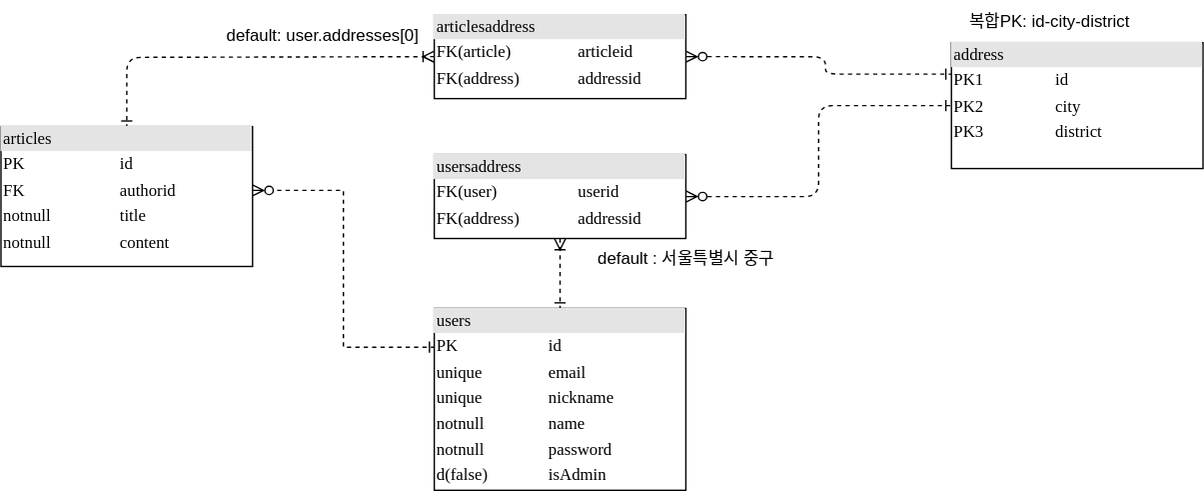
1Dohyeon/RentEase keeps this draw.io diagram as docs/uml/ERD.drawio.svg. Above is the earlier version. Source tidied: cells renumbered, new cells last; positions are measured from the earlier drawing's top-left corner, leaving out a move shared by most shapes. Its diagram source:
```xml
<mxGraphModel>
  <root>
    <mxCell id="0" />
    <mxCell id="1" parent="0" />
    <mxCell id="2" style="edgeStyle=orthogonalEdgeStyle;html=1;entryX=0.5;entryY=0;dashed=1;labelBackgroundColor=none;startArrow=ERoneToMany;endArrow=ERone;fontFamily=Verdana;fontSize=12;align=left;startFill=0;endFill=0;" parent="1" edge="1" source="4" target="6">
      <mxGeometry relative="1" as="geometry" />
    </mxCell>
    <mxCell id="3" style="edgeStyle=orthogonalEdgeStyle;html=1;dashed=1;labelBackgroundColor=none;startArrow=ERzeroToMany;endArrow=ERone;fontFamily=Verdana;fontSize=12;align=left;startFill=0;endFill=0;" parent="1" edge="1" source="4" target="7">
      <mxGeometry relative="1" as="geometry" />
    </mxCell>
    <mxCell id="4" value="&lt;div style=&quot;box-sizing: border-box ; width: 100% ; background: #e4e4e4 ; padding: 2px&quot;&gt;usersaddress&lt;/div&gt;&lt;table style=&quot;width: 100% ; font-size: 1em&quot; cellpadding=&quot;2&quot; cellspacing=&quot;0&quot;&gt;&lt;tbody&gt;&lt;tr&gt;&lt;td&gt;FK(user)&lt;/td&gt;&lt;td&gt;userid&lt;/td&gt;&lt;/tr&gt;&lt;tr&gt;&lt;td&gt;FK(address)&lt;/td&gt;&lt;td&gt;addressid&lt;/td&gt;&lt;/tr&gt;&lt;tr&gt;&lt;td&gt;&lt;/td&gt;&lt;td&gt;&lt;br&gt;&lt;/td&gt;&lt;/tr&gt;&lt;/tbody&gt;&lt;/table&gt;" style="verticalAlign=top;align=left;overflow=fill;html=1;rounded=0;shadow=0;comic=0;labelBackgroundColor=none;strokeWidth=1;fontFamily=Verdana;fontSize=12;" parent="1" vertex="1">
      <mxGeometry x="310" y="110" width="180" height="60" as="geometry" />
    </mxCell>
    <mxCell id="5" style="edgeStyle=orthogonalEdgeStyle;rounded=0;jettySize=auto;html=1;exitX=0.003;exitY=0.213;exitDx=0;exitDy=0;entryX=0.999;entryY=0.456;entryDx=0;entryDy=0;startArrow=ERone;startFill=0;endArrow=ERzeroToMany;endFill=0;entryPerimeter=0;exitPerimeter=0;dashed=1;" parent="1" edge="1" source="6" target="13">
      <mxGeometry relative="1" as="geometry" />
    </mxCell>
    <mxCell id="6" value="&lt;div style=&quot;box-sizing: border-box ; width: 100% ; background: #e4e4e4 ; padding: 2px&quot;&gt;users&lt;/div&gt;&lt;table style=&quot;width: 100% ; font-size: 1em&quot; cellpadding=&quot;2&quot; cellspacing=&quot;0&quot;&gt;&lt;tbody&gt;&lt;tr&gt;&lt;td&gt;PK&lt;/td&gt;&lt;td&gt;id&lt;/td&gt;&lt;/tr&gt;&lt;tr&gt;&lt;td&gt;unique&lt;/td&gt;&lt;td&gt;email&lt;/td&gt;&lt;/tr&gt;&lt;tr&gt;&lt;td&gt;unique&lt;/td&gt;&lt;td&gt;nickname&lt;/td&gt;&lt;/tr&gt;&lt;tr&gt;&lt;td&gt;notnull&lt;br&gt;&lt;/td&gt;&lt;td&gt;name&lt;br&gt;&lt;/td&gt;&lt;/tr&gt;&lt;tr&gt;&lt;td&gt;notnull&lt;br&gt;&lt;/td&gt;&lt;td&gt;password&lt;br&gt;&lt;/td&gt;&lt;/tr&gt;&lt;tr&gt;&lt;td&gt;d(false)&lt;/td&gt;&lt;td&gt;isAdmin&lt;br&gt;&lt;/td&gt;&lt;/tr&gt;&lt;tr&gt;&lt;td&gt;&lt;/td&gt;&lt;td&gt;&lt;br&gt;&lt;/td&gt;&lt;/tr&gt;&lt;/tbody&gt;&lt;/table&gt;" style="verticalAlign=top;align=left;overflow=fill;html=1;rounded=0;shadow=0;comic=0;labelBackgroundColor=none;strokeWidth=1;fontFamily=Verdana;fontSize=12;" parent="1" vertex="1">
      <mxGeometry x="310" y="220" width="180" height="130" as="geometry" />
    </mxCell>
    <mxCell id="7" value="&lt;div style=&quot;box-sizing:border-box;width:100%;background:#e4e4e4;padding:2px;&quot;&gt;address&lt;/div&gt;&lt;table style=&quot;width:100%;font-size:1em;&quot; cellpadding=&quot;2&quot; cellspacing=&quot;0&quot;&gt;&lt;tbody&gt;&lt;tr&gt;&lt;td&gt;PK1&lt;/td&gt;&lt;td&gt;id&lt;/td&gt;&lt;/tr&gt;&lt;tr&gt;&lt;td&gt;PK2&lt;br&gt;&lt;/td&gt;&lt;td&gt;city&lt;/td&gt;&lt;/tr&gt;&lt;tr&gt;&lt;td&gt;PK3&lt;/td&gt;&lt;td&gt;district&lt;/td&gt;&lt;/tr&gt;&lt;/tbody&gt;&lt;/table&gt;" style="verticalAlign=top;align=left;overflow=fill;html=1;rounded=0;shadow=0;comic=0;labelBackgroundColor=none;strokeWidth=1;fontFamily=Verdana;fontSize=12;" parent="1" vertex="1">
      <mxGeometry x="680" y="30" width="180" height="90" as="geometry" />
    </mxCell>
    <mxCell id="8" style="edgeStyle=orthogonalEdgeStyle;html=1;endArrow=ERone;startArrow=ERoneToMany;labelBackgroundColor=none;fontFamily=Verdana;fontSize=12;align=left;exitX=0;exitY=0.5;exitDx=0;exitDy=0;entryX=0.5;entryY=0;entryDx=0;entryDy=0;dashed=1;startFill=0;endFill=0;" parent="1" edge="1" target="13">
      <mxGeometry relative="1" as="geometry">
        <mxPoint x="310" y="40" as="sourcePoint" />
      </mxGeometry>
    </mxCell>
    <mxCell id="9" value="복합PK: id-city-district" style="text;html=1;align=center;verticalAlign=middle;strokeColor=none;fillColor=none;" parent="1" vertex="1">
      <mxGeometry x="680" width="140" height="30" as="geometry" />
    </mxCell>
    <mxCell id="10" value="&lt;div style=&quot;box-sizing: border-box ; width: 100% ; background: #e4e4e4 ; padding: 2px&quot;&gt;articlesaddress&lt;/div&gt;&lt;table style=&quot;width: 100% ; font-size: 1em&quot; cellpadding=&quot;2&quot; cellspacing=&quot;0&quot;&gt;&lt;tbody&gt;&lt;tr&gt;&lt;td&gt;FK(article)&lt;/td&gt;&lt;td&gt;articleid&lt;/td&gt;&lt;/tr&gt;&lt;tr&gt;&lt;td&gt;FK(address)&lt;/td&gt;&lt;td&gt;addressid&lt;/td&gt;&lt;/tr&gt;&lt;tr&gt;&lt;td&gt;&lt;/td&gt;&lt;td&gt;&lt;br&gt;&lt;/td&gt;&lt;/tr&gt;&lt;/tbody&gt;&lt;/table&gt;" style="verticalAlign=top;align=left;overflow=fill;html=1;rounded=0;shadow=0;comic=0;labelBackgroundColor=none;strokeWidth=1;fontFamily=Verdana;fontSize=12;" parent="1" vertex="1">
      <mxGeometry x="310" y="10" width="180" height="60" as="geometry" />
    </mxCell>
    <mxCell id="11" style="edgeStyle=orthogonalEdgeStyle;html=1;dashed=1;labelBackgroundColor=none;startArrow=ERzeroToMany;endArrow=ERone;fontFamily=Verdana;fontSize=12;align=left;startFill=0;entryX=0;entryY=0.25;entryDx=0;entryDy=0;exitX=1;exitY=0.5;exitDx=0;exitDy=0;endFill=0;" parent="1" edge="1" source="10" target="7">
      <mxGeometry relative="1" as="geometry">
        <Array as="points">
          <mxPoint x="590" y="40" />
          <mxPoint x="590" y="52" />
        </Array>
      </mxGeometry>
    </mxCell>
    <mxCell id="12" value="default : 서울특별시 중구" style="text;html=1;align=center;verticalAlign=middle;strokeColor=none;fillColor=none;" parent="1" vertex="1">
      <mxGeometry x="410" y="170" width="160" height="30" as="geometry" />
    </mxCell>
    <mxCell id="13" value="&lt;div style=&quot;box-sizing: border-box ; width: 100% ; background: #e4e4e4 ; padding: 2px&quot;&gt;articles&lt;/div&gt;&lt;table style=&quot;width: 100% ; font-size: 1em&quot; cellpadding=&quot;2&quot; cellspacing=&quot;0&quot;&gt;&lt;tbody&gt;&lt;tr&gt;&lt;td&gt;PK&lt;/td&gt;&lt;td&gt;id&lt;/td&gt;&lt;/tr&gt;&lt;tr&gt;&lt;td&gt;FK&lt;/td&gt;&lt;td&gt;authorid&lt;/td&gt;&lt;/tr&gt;&lt;tr&gt;&lt;td&gt;notnull&lt;/td&gt;&lt;td&gt;title&lt;/td&gt;&lt;/tr&gt;&lt;tr&gt;&lt;td&gt;notnull&lt;br&gt;&lt;/td&gt;&lt;td&gt;content&lt;br&gt;&lt;/td&gt;&lt;/tr&gt;&lt;tr&gt;&lt;td&gt;&lt;br&gt;&lt;/td&gt;&lt;td&gt;&lt;br&gt;&lt;/td&gt;&lt;/tr&gt;&lt;tr&gt;&lt;td&gt;&lt;br&gt;&lt;/td&gt;&lt;td&gt;&lt;br&gt;&lt;/td&gt;&lt;/tr&gt;&lt;tr&gt;&lt;td&gt;&lt;/td&gt;&lt;td&gt;&lt;br&gt;&lt;/td&gt;&lt;/tr&gt;&lt;/tbody&gt;&lt;/table&gt;" style="verticalAlign=top;align=left;overflow=fill;html=1;rounded=0;shadow=0;comic=0;labelBackgroundColor=none;strokeWidth=1;fontFamily=Verdana;fontSize=12;" parent="1" vertex="1">
      <mxGeometry y="90" width="180" height="100" as="geometry" />
    </mxCell>
    <mxCell id="14" value="default: user.addresses[0]" style="text;html=1;align=center;verticalAlign=middle;strokeColor=none;fillColor=none;" parent="1" vertex="1">
      <mxGeometry x="150" y="10" width="160" height="30" as="geometry" />
    </mxCell>
  </root>
</mxGraphModel>
```
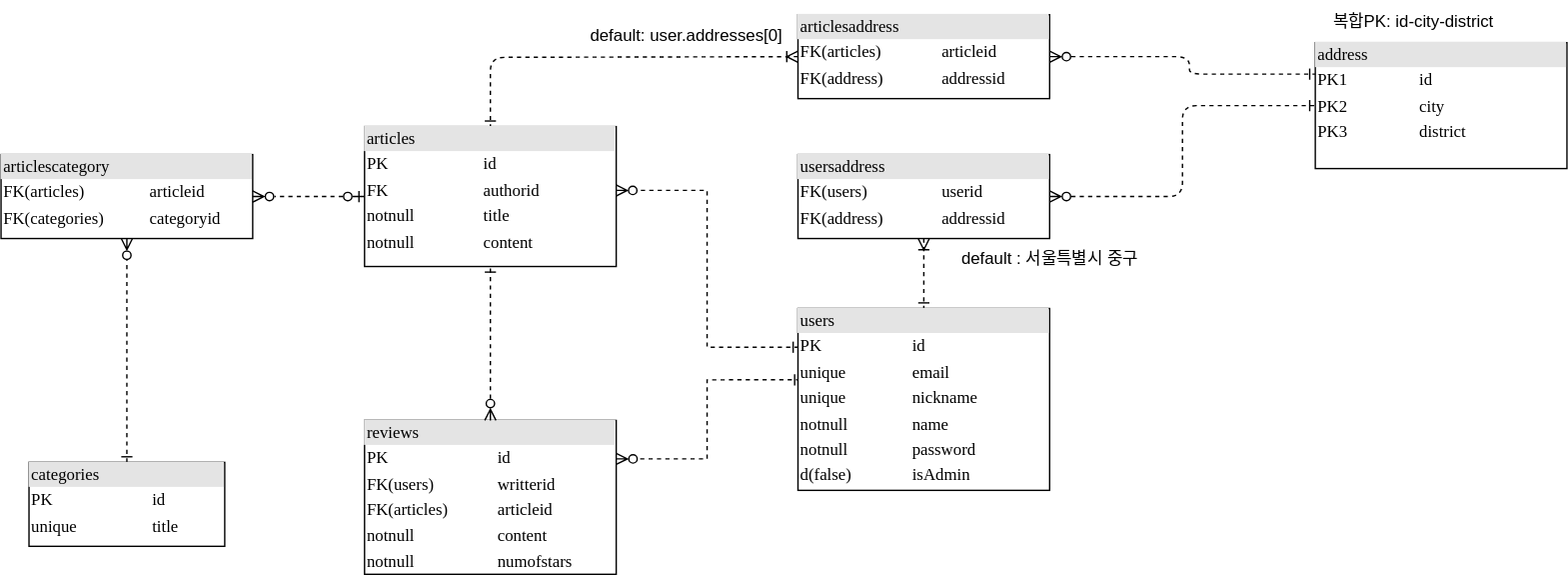
Above is the later version.

Commit message:
ADD: reviews, category 추가

The edit, as a diff of the source:
```diff
@@ -8,12 +8,15 @@
     <mxCell id="3" style="edgeStyle=orthogonalEdgeStyle;html=1;dashed=1;labelBackgroundColor=none;startArrow=ERzeroToMany;endArrow=ERone;fontFamily=Verdana;fontSize=12;align=left;startFill=0;endFill=0;" parent="1" edge="1" source="4" target="7">
       <mxGeometry relative="1" as="geometry" />
     </mxCell>
-    <mxCell id="4" value="&lt;div style=&quot;box-sizing: border-box ; width: 100% ; background: #e4e4e4 ; padding: 2px&quot;&gt;usersaddress&lt;/div&gt;&lt;table style=&quot;width: 100% ; font-size: 1em&quot; cellpadding=&quot;2&quot; cellspacing=&quot;0&quot;&gt;&lt;tbody&gt;&lt;tr&gt;&lt;td&gt;FK(user)&lt;/td&gt;&lt;td&gt;userid&lt;/td&gt;&lt;/tr&gt;&lt;tr&gt;&lt;td&gt;FK(address)&lt;/td&gt;&lt;td&gt;addressid&lt;/td&gt;&lt;/tr&gt;&lt;tr&gt;&lt;td&gt;&lt;/td&gt;&lt;td&gt;&lt;br&gt;&lt;/td&gt;&lt;/tr&gt;&lt;/tbody&gt;&lt;/table&gt;" style="verticalAlign=top;align=left;overflow=fill;html=1;rounded=0;shadow=0;comic=0;labelBackgroundColor=none;strokeWidth=1;fontFamily=Verdana;fontSize=12;" parent="1" vertex="1">
+    <mxCell id="4" value="&lt;div style=&quot;box-sizing: border-box ; width: 100% ; background: #e4e4e4 ; padding: 2px&quot;&gt;usersaddress&lt;/div&gt;&lt;table style=&quot;width: 100% ; font-size: 1em&quot; cellpadding=&quot;2&quot; cellspacing=&quot;0&quot;&gt;&lt;tbody&gt;&lt;tr&gt;&lt;td&gt;FK(users)&lt;/td&gt;&lt;td&gt;userid&lt;/td&gt;&lt;/tr&gt;&lt;tr&gt;&lt;td&gt;FK(address)&lt;/td&gt;&lt;td&gt;addressid&lt;/td&gt;&lt;/tr&gt;&lt;tr&gt;&lt;td&gt;&lt;/td&gt;&lt;td&gt;&lt;br&gt;&lt;/td&gt;&lt;/tr&gt;&lt;/tbody&gt;&lt;/table&gt;" style="verticalAlign=top;align=left;overflow=fill;html=1;rounded=0;shadow=0;comic=0;labelBackgroundColor=none;strokeWidth=1;fontFamily=Verdana;fontSize=12;" parent="1" vertex="1">
       <mxGeometry x="310" y="110" width="180" height="60" as="geometry" />
     </mxCell>
     <mxCell id="5" style="edgeStyle=orthogonalEdgeStyle;rounded=0;jettySize=auto;html=1;exitX=0.003;exitY=0.213;exitDx=0;exitDy=0;entryX=0.999;entryY=0.456;entryDx=0;entryDy=0;startArrow=ERone;startFill=0;endArrow=ERzeroToMany;endFill=0;entryPerimeter=0;exitPerimeter=0;dashed=1;" parent="1" edge="1" source="6" target="13">
       <mxGeometry relative="1" as="geometry" />
     </mxCell>
+    <mxCell id="15" style="edgeStyle=orthogonalEdgeStyle;rounded=0;jettySize=auto;html=1;exitX=0.009;exitY=0.392;exitDx=0;exitDy=0;entryX=1;entryY=0.25;entryDx=0;entryDy=0;dashed=1;startArrow=ERone;startFill=0;endArrow=ERzeroToMany;endFill=0;exitPerimeter=0;" parent="1" edge="1" source="6" target="20">
+      <mxGeometry relative="1" as="geometry" />
+    </mxCell>
     <mxCell id="6" value="&lt;div style=&quot;box-sizing: border-box ; width: 100% ; background: #e4e4e4 ; padding: 2px&quot;&gt;users&lt;/div&gt;&lt;table style=&quot;width: 100% ; font-size: 1em&quot; cellpadding=&quot;2&quot; cellspacing=&quot;0&quot;&gt;&lt;tbody&gt;&lt;tr&gt;&lt;td&gt;PK&lt;/td&gt;&lt;td&gt;id&lt;/td&gt;&lt;/tr&gt;&lt;tr&gt;&lt;td&gt;unique&lt;/td&gt;&lt;td&gt;email&lt;/td&gt;&lt;/tr&gt;&lt;tr&gt;&lt;td&gt;unique&lt;/td&gt;&lt;td&gt;nickname&lt;/td&gt;&lt;/tr&gt;&lt;tr&gt;&lt;td&gt;notnull&lt;br&gt;&lt;/td&gt;&lt;td&gt;name&lt;br&gt;&lt;/td&gt;&lt;/tr&gt;&lt;tr&gt;&lt;td&gt;notnull&lt;br&gt;&lt;/td&gt;&lt;td&gt;password&lt;br&gt;&lt;/td&gt;&lt;/tr&gt;&lt;tr&gt;&lt;td&gt;d(false)&lt;/td&gt;&lt;td&gt;isAdmin&lt;br&gt;&lt;/td&gt;&lt;/tr&gt;&lt;tr&gt;&lt;td&gt;&lt;/td&gt;&lt;td&gt;&lt;br&gt;&lt;/td&gt;&lt;/tr&gt;&lt;/tbody&gt;&lt;/table&gt;" style="verticalAlign=top;align=left;overflow=fill;html=1;rounded=0;shadow=0;comic=0;labelBackgroundColor=none;strokeWidth=1;fontFamily=Verdana;fontSize=12;" parent="1" vertex="1">
       <mxGeometry x="310" y="220" width="180" height="130" as="geometry" />
     </mxCell>
@@ -28,7 +31,7 @@
     <mxCell id="9" value="복합PK: id-city-district" style="text;html=1;align=center;verticalAlign=middle;strokeColor=none;fillColor=none;" parent="1" vertex="1">
       <mxGeometry x="680" width="140" height="30" as="geometry" />
     </mxCell>
-    <mxCell id="10" value="&lt;div style=&quot;box-sizing: border-box ; width: 100% ; background: #e4e4e4 ; padding: 2px&quot;&gt;articlesaddress&lt;/div&gt;&lt;table style=&quot;width: 100% ; font-size: 1em&quot; cellpadding=&quot;2&quot; cellspacing=&quot;0&quot;&gt;&lt;tbody&gt;&lt;tr&gt;&lt;td&gt;FK(article)&lt;/td&gt;&lt;td&gt;articleid&lt;/td&gt;&lt;/tr&gt;&lt;tr&gt;&lt;td&gt;FK(address)&lt;/td&gt;&lt;td&gt;addressid&lt;/td&gt;&lt;/tr&gt;&lt;tr&gt;&lt;td&gt;&lt;/td&gt;&lt;td&gt;&lt;br&gt;&lt;/td&gt;&lt;/tr&gt;&lt;/tbody&gt;&lt;/table&gt;" style="verticalAlign=top;align=left;overflow=fill;html=1;rounded=0;shadow=0;comic=0;labelBackgroundColor=none;strokeWidth=1;fontFamily=Verdana;fontSize=12;" parent="1" vertex="1">
+    <mxCell id="10" value="&lt;div style=&quot;box-sizing: border-box ; width: 100% ; background: #e4e4e4 ; padding: 2px&quot;&gt;articlesaddress&lt;/div&gt;&lt;table style=&quot;width: 100% ; font-size: 1em&quot; cellpadding=&quot;2&quot; cellspacing=&quot;0&quot;&gt;&lt;tbody&gt;&lt;tr&gt;&lt;td&gt;FK(articles)&lt;/td&gt;&lt;td&gt;articleid&lt;/td&gt;&lt;/tr&gt;&lt;tr&gt;&lt;td&gt;FK(address)&lt;/td&gt;&lt;td&gt;addressid&lt;/td&gt;&lt;/tr&gt;&lt;tr&gt;&lt;td&gt;&lt;/td&gt;&lt;td&gt;&lt;br&gt;&lt;/td&gt;&lt;/tr&gt;&lt;/tbody&gt;&lt;/table&gt;" style="verticalAlign=top;align=left;overflow=fill;html=1;rounded=0;shadow=0;comic=0;labelBackgroundColor=none;strokeWidth=1;fontFamily=Verdana;fontSize=12;" parent="1" vertex="1">
       <mxGeometry x="310" y="10" width="180" height="60" as="geometry" />
     </mxCell>
     <mxCell id="11" style="edgeStyle=orthogonalEdgeStyle;html=1;dashed=1;labelBackgroundColor=none;startArrow=ERzeroToMany;endArrow=ERone;fontFamily=Verdana;fontSize=12;align=left;startFill=0;entryX=0;entryY=0.25;entryDx=0;entryDy=0;exitX=1;exitY=0.5;exitDx=0;exitDy=0;endFill=0;" parent="1" edge="1" source="10" target="7">
@@ -48,5 +51,28 @@
     <mxCell id="14" value="default: user.addresses[0]" style="text;html=1;align=center;verticalAlign=middle;strokeColor=none;fillColor=none;" parent="1" vertex="1">
       <mxGeometry x="150" y="10" width="160" height="30" as="geometry" />
     </mxCell>
+    <mxCell id="16" style="edgeStyle=orthogonalEdgeStyle;rounded=0;jettySize=auto;html=1;exitX=0.5;exitY=0;exitDx=0;exitDy=0;entryX=0.5;entryY=1;entryDx=0;entryDy=0;dashed=1;startArrow=ERone;startFill=0;endArrow=ERzeroToMany;endFill=0;" parent="1" edge="1" source="17" target="18">
+      <mxGeometry relative="1" as="geometry" />
+    </mxCell>
+    <mxCell id="17" value="&lt;div style=&quot;box-sizing: border-box ; width: 100% ; background: #e4e4e4 ; padding: 2px&quot;&gt;categories&lt;/div&gt;&lt;table style=&quot;width: 100% ; font-size: 1em&quot; cellpadding=&quot;2&quot; cellspacing=&quot;0&quot;&gt;&lt;tbody&gt;&lt;tr&gt;&lt;td&gt;PK&lt;/td&gt;&lt;td&gt;id&lt;/td&gt;&lt;/tr&gt;&lt;tr&gt;&lt;td&gt;unique&lt;/td&gt;&lt;td&gt;title&lt;/td&gt;&lt;/tr&gt;&lt;tr&gt;&lt;td&gt;&lt;br&gt;&lt;/td&gt;&lt;td&gt;&lt;br&gt;&lt;/td&gt;&lt;/tr&gt;&lt;tr&gt;&lt;td&gt;&lt;br&gt;&lt;/td&gt;&lt;td&gt;&lt;br&gt;&lt;/td&gt;&lt;/tr&gt;&lt;tr&gt;&lt;td&gt;&lt;br&gt;&lt;/td&gt;&lt;td&gt;&lt;br&gt;&lt;/td&gt;&lt;/tr&gt;&lt;tr&gt;&lt;td&gt;&lt;br&gt;&lt;/td&gt;&lt;td&gt;&lt;br&gt;&lt;/td&gt;&lt;/tr&gt;&lt;tr&gt;&lt;td&gt;&lt;/td&gt;&lt;td&gt;&lt;br&gt;&lt;/td&gt;&lt;/tr&gt;&lt;/tbody&gt;&lt;/table&gt;" style="verticalAlign=top;align=left;overflow=fill;html=1;rounded=0;shadow=0;comic=0;labelBackgroundColor=none;strokeWidth=1;fontFamily=Verdana;fontSize=12;" parent="1" vertex="1">
+      <mxGeometry x="-240" y="330" width="140" height="60" as="geometry" />
+    </mxCell>
+    <mxCell id="18" value="&lt;div style=&quot;box-sizing: border-box ; width: 100% ; background: #e4e4e4 ; padding: 2px&quot;&gt;articlescategory&lt;/div&gt;&lt;table style=&quot;width: 100% ; font-size: 1em&quot; cellpadding=&quot;2&quot; cellspacing=&quot;0&quot;&gt;&lt;tbody&gt;&lt;tr&gt;&lt;td&gt;FK(articles)&lt;/td&gt;&lt;td&gt;articleid&lt;/td&gt;&lt;/tr&gt;&lt;tr&gt;&lt;td&gt;FK(categories)&lt;/td&gt;&lt;td&gt;categoryid&lt;/td&gt;&lt;/tr&gt;&lt;tr&gt;&lt;td&gt;&lt;/td&gt;&lt;td&gt;&lt;br&gt;&lt;/td&gt;&lt;/tr&gt;&lt;/tbody&gt;&lt;/table&gt;" style="verticalAlign=top;align=left;overflow=fill;html=1;rounded=0;shadow=0;comic=0;labelBackgroundColor=none;strokeWidth=1;fontFamily=Verdana;fontSize=12;" parent="1" vertex="1">
+      <mxGeometry x="-260" y="110" width="180" height="60" as="geometry" />
+    </mxCell>
+    <mxCell id="19" style="edgeStyle=orthogonalEdgeStyle;html=1;endArrow=ERzeroToMany;startArrow=ERzeroToOne;labelBackgroundColor=none;fontFamily=Verdana;fontSize=12;align=left;exitX=0;exitY=0.5;exitDx=0;exitDy=0;entryX=1;entryY=0.5;entryDx=0;entryDy=0;dashed=1;startFill=0;endFill=0;" parent="1" edge="1" source="13" target="18">
+      <mxGeometry relative="1" as="geometry">
+        <Array as="points">
+          <mxPoint x="-30" y="140" />
+          <mxPoint x="-30" y="140" />
+        </Array>
+      </mxGeometry>
+    </mxCell>
+    <mxCell id="20" value="&lt;div style=&quot;box-sizing: border-box ; width: 100% ; background: #e4e4e4 ; padding: 2px&quot;&gt;reviews&lt;/div&gt;&lt;table style=&quot;width: 100% ; font-size: 1em&quot; cellpadding=&quot;2&quot; cellspacing=&quot;0&quot;&gt;&lt;tbody&gt;&lt;tr&gt;&lt;td&gt;PK&lt;/td&gt;&lt;td&gt;id&lt;/td&gt;&lt;/tr&gt;&lt;tr&gt;&lt;td&gt;FK(users)&lt;/td&gt;&lt;td&gt;writterid&lt;/td&gt;&lt;/tr&gt;&lt;tr&gt;&lt;td&gt;FK(articles)&lt;br&gt;&lt;/td&gt;&lt;td&gt;articleid&lt;br&gt;&lt;/td&gt;&lt;/tr&gt;&lt;tr&gt;&lt;td&gt;notnull&lt;br&gt;&lt;/td&gt;&lt;td&gt;content&lt;br&gt;&lt;/td&gt;&lt;/tr&gt;&lt;tr&gt;&lt;td&gt;notnull&lt;/td&gt;&lt;td&gt;numofstars&lt;br&gt;&lt;/td&gt;&lt;/tr&gt;&lt;tr&gt;&lt;td&gt;&lt;br&gt;&lt;/td&gt;&lt;td&gt;&lt;br&gt;&lt;/td&gt;&lt;/tr&gt;&lt;tr&gt;&lt;td&gt;&lt;/td&gt;&lt;td&gt;&lt;br&gt;&lt;/td&gt;&lt;/tr&gt;&lt;/tbody&gt;&lt;/table&gt;" style="verticalAlign=top;align=left;overflow=fill;html=1;rounded=0;shadow=0;comic=0;labelBackgroundColor=none;strokeWidth=1;fontFamily=Verdana;fontSize=12;" parent="1" vertex="1">
+      <mxGeometry y="300" width="180" height="110" as="geometry" />
+    </mxCell>
+    <mxCell id="21" style="edgeStyle=orthogonalEdgeStyle;rounded=0;jettySize=auto;html=1;exitX=0.5;exitY=0;exitDx=0;exitDy=0;entryX=0.5;entryY=1;entryDx=0;entryDy=0;dashed=1;startArrow=ERzeroToMany;startFill=0;endArrow=ERone;endFill=0;" parent="1" edge="1" source="20" target="13">
+      <mxGeometry relative="1" as="geometry" />
+    </mxCell>
   </root>
 </mxGraphModel>
```
